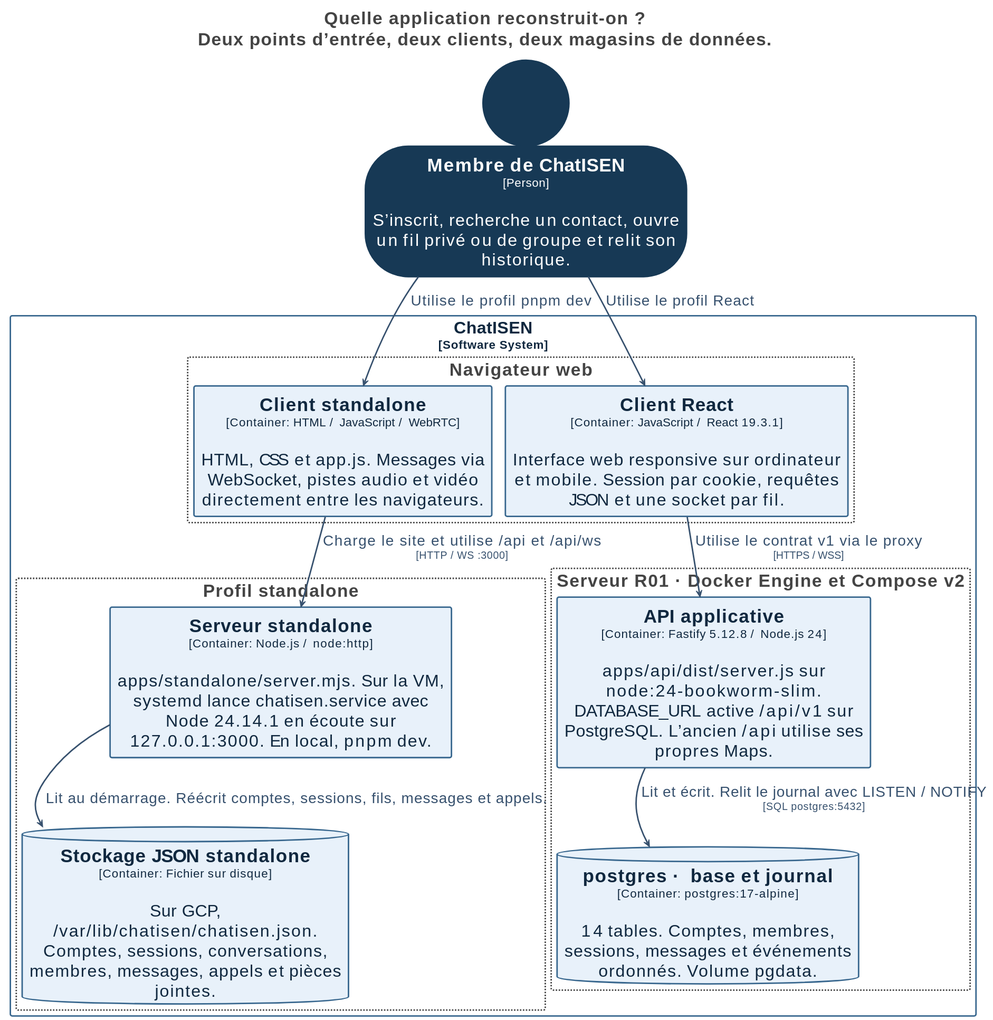
The PlantUML diagram docs/architecture/svg/07-profils.svg in Zayonx-0/ChatISEN, before a commit.
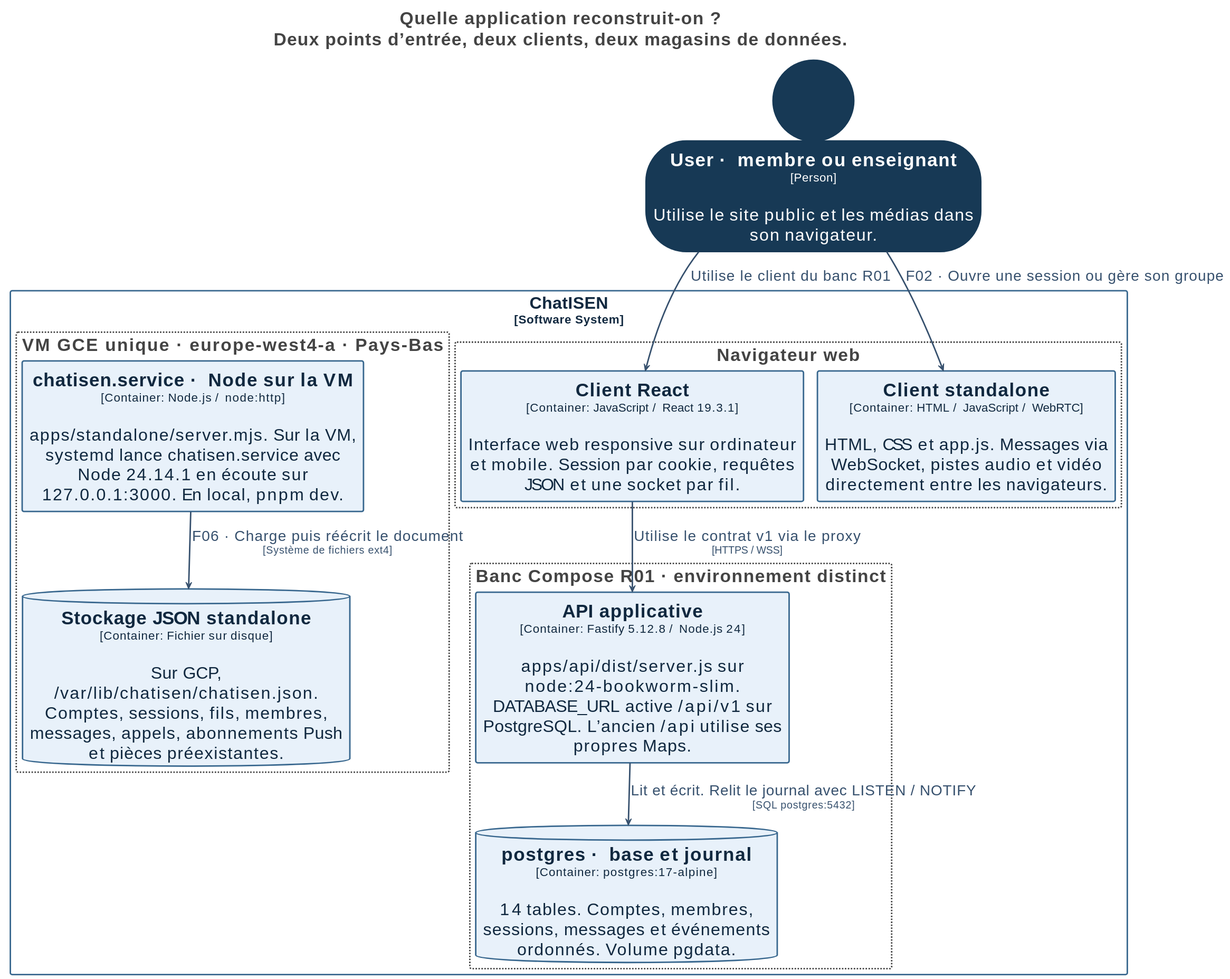
The same diagram one commit later.

Diff of the diagram source:
```diff
@@ -69,6 +69,17 @@
     HorizontalAlignment: center;
     Shadowing: 0;
   }
+  // Banc Compose R01 · environnement distinct
+  .Group-QmFuYyBDb21wb3NlIFIwMSDCtyBlbnZpcm9ubmVtZW50IGRpc3RpbmN0 {
+    BackgroundColor: #ffffff;
+    LineColor: #444444;
+    LineStyle: 2-2;
+    LineThickness: 2;
+    FontColor: #444444;
+    FontSize: 24;
+    HorizontalAlignment: center;
+    Shadowing: 0;
+  }
   // Navigateur web
   .Group-TmF2aWdhdGV1ciB3ZWI= {
     BackgroundColor: #ffffff;
@@ -80,19 +91,8 @@
     HorizontalAlignment: center;
     Shadowing: 0;
   }
-  // Profil standalone
-  .Group-UHJvZmlsIHN0YW5kYWxvbmU= {
-    BackgroundColor: #ffffff;
-    LineColor: #444444;
-    LineStyle: 2-2;
-    LineThickness: 2;
-    FontColor: #444444;
-    FontSize: 24;
-    HorizontalAlignment: center;
-    Shadowing: 0;
-  }
-  // Serveur R01 · Docker Engine et Compose v2
-  .Group-U2VydmV1ciBSMDEgwrcgRG9ja2VyIEVuZ2luZSBldCBDb21wb3NlIHYy {
+  // VM GCE unique · europe-west4-a · Pays-Bas
+  .Group-Vk0gR0NFIHVuaXF1ZSDCtyBldXJvcGUtd2VzdDQtYSDCtyBQYXlzLUJhcw== {
     BackgroundColor: #ffffff;
     LineColor: #444444;
     LineStyle: 2-2;
@@ -104,30 +104,29 @@
   }
 </style>
 
-person "==Membre de ChatISEN\n<size:16>[Person]</size>\n\nS’inscrit, recherche un contact, ouvre un fil privé ou de groupe et relit son historique." <<Element-RWxlbWVudCxQZXJzb24=>> as MembredeChatISEN
+person "==User · membre ou enseignant\n<size:16>[Person]</size>\n\nUtilise le site public et les médias dans son navigateur." <<Element-RWxlbWVudCxQZXJzb24=>> as Usermembreouenseignant
 
 rectangle "ChatISEN\n<size:16>[Software System]</size>" <<Boundary-Q2hhdElTRU4=>> {
-  rectangle "Navigateur web" <<Group-TmF2aWdhdGV1ciB3ZWI=>> as groupTmF2aWdhdGV1ciB3ZWI= {
-    rectangle "==Client standalone\n<size:16>[Container: HTML / JavaScript / WebRTC]</size>\n\nHTML, CSS et app.js. Messages via WebSocket, pistes audio et vidéo directement entre les navigateurs." <<Element-RWxlbWVudA==>> as ChatISEN.Clientstandalone
-    rectangle "==Client React\n<size:16>[Container: JavaScript / React 19.3.1]</size>\n\nInterface web responsive sur ordinateur et mobile. Session par cookie, requêtes JSON et une socket par fil." <<Element-RWxlbWVudA==>> as ChatISEN.ClientReact
-  }
-
-  rectangle "Profil standalone" <<Group-UHJvZmlsIHN0YW5kYWxvbmU=>> as groupUHJvZmlsIHN0YW5kYWxvbmU= {
-    rectangle "==Serveur standalone\n<size:16>[Container: Node.js / node:http]</size>\n\napps/standalone/server.mjs. Sur la VM, systemd lance chatisen.service avec Node 24.14.1 en écoute sur 127.0.0.1:3000. En local, pnpm dev." <<Element-RWxlbWVudA==>> as ChatISEN.Serveurstandalone
-    database "==Stockage JSON standalone\n<size:16>[Container: Fichier sur disque]</size>\n\nSur GCP, /var/lib/chatisen/chatisen.json. Comptes, sessions, conversations, membres, messages, appels et pièces jointes." <<Element-RWxlbWVudCxEYXRhYmFzZQ==>> as ChatISEN.StockageJSONstandalone
-  }
-
-  rectangle "Serveur R01 · Docker Engine et Compose v2" <<Group-U2VydmV1ciBSMDEgwrcgRG9ja2VyIEVuZ2luZSBldCBDb21wb3NlIHYy>> as groupU2VydmV1ciBSMDEgwrcgRG9ja2VyIEVuZ2luZSBldCBDb21wb3NlIHYy {
+  rectangle "Banc Compose R01 · environnement distinct" <<Group-QmFuYyBDb21wb3NlIFIwMSDCtyBlbnZpcm9ubmVtZW50IGRpc3RpbmN0>> as groupQmFuYyBDb21wb3NlIFIwMSDCtyBlbnZpcm9ubmVtZW50IGRpc3RpbmN0 {
     rectangle "==API applicative\n<size:16>[Container: Fastify 5.12.8 / Node.js 24]</size>\n\napps/api/dist/server.js sur node:24-bookworm-slim. DATABASE_URL active /api/v1 sur PostgreSQL. L’ancien /api utilise ses propres Maps." <<Element-RWxlbWVudA==>> as ChatISEN.APIapplicative
     database "==postgres · base et journal\n<size:16>[Container: postgres:17-alpine]</size>\n\n14 tables. Comptes, membres, sessions, messages et événements ordonnés. Volume pgdata." <<Element-RWxlbWVudCxEYXRhYmFzZQ==>> as ChatISEN.postgresbaseetjournal
   }
 
+  rectangle "Navigateur web" <<Group-TmF2aWdhdGV1ciB3ZWI=>> as groupTmF2aWdhdGV1ciB3ZWI= {
+    rectangle "==Client React\n<size:16>[Container: JavaScript / React 19.3.1]</size>\n\nInterface web responsive sur ordinateur et mobile. Session par cookie, requêtes JSON et une socket par fil." <<Element-RWxlbWVudA==>> as ChatISEN.ClientReact
+    rectangle "==Client standalone\n<size:16>[Container: HTML / JavaScript / WebRTC]</size>\n\nHTML, CSS et app.js. Messages via WebSocket, pistes audio et vidéo directement entre les navigateurs." <<Element-RWxlbWVudA==>> as ChatISEN.Clientstandalone
+  }
+
+  rectangle "VM GCE unique · europe-west4-a · Pays-Bas" <<Group-Vk0gR0NFIHVuaXF1ZSDCtyBldXJvcGUtd2VzdDQtYSDCtyBQYXlzLUJhcw==>> as groupVk0gR0NFIHVuaXF1ZSDCtyBldXJvcGUtd2VzdDQtYSDCtyBQYXlzLUJhcw== {
+    rectangle "==chatisen.service · Node sur la VM\n<size:16>[Container: Node.js / node:http]</size>\n\napps/standalone/server.mjs. Sur la VM, systemd lance chatisen.service avec Node 24.14.1 en écoute sur 127.0.0.1:3000. En local, pnpm dev." <<Element-RWxlbWVudA==>> as ChatISEN.chatisenserviceNodesurlaVM
+    database "==Stockage JSON standalone\n<size:16>[Container: Fichier sur disque]</size>\n\nSur GCP, /var/lib/chatisen/chatisen.json. Comptes, sessions, fils, membres, messages, appels, abonnements Push et pièces préexistantes." <<Element-RWxlbWVudCxEYXRhYmFzZQ==>> as ChatISEN.StockageJSONstandalone
+  }
+
 }
 
-ChatISEN.Clientstandalone --> ChatISEN.Serveurstandalone <<Relationship-UmVsYXRpb25zaGlw>> : "Charge le site et utilise /api et /api/ws\n<size:14>[HTTP / WS :3000]</size>"
-ChatISEN.Serveurstandalone --> ChatISEN.StockageJSONstandalone <<Relationship-UmVsYXRpb25zaGlw>> : "Lit au démarrage. Réécrit comptes, sessions, fils, messages et appels."
+Usermembreouenseignant --> ChatISEN.Clientstandalone <<Relationship-UmVsYXRpb25zaGlw>> : "F02 · Ouvre une session ou gère son groupe"
+Usermembreouenseignant --> ChatISEN.ClientReact <<Relationship-UmVsYXRpb25zaGlw>> : "Utilise le client du banc R01"
+ChatISEN.chatisenserviceNodesurlaVM --> ChatISEN.StockageJSONstandalone <<Relationship-UmVsYXRpb25zaGlw>> : "F06 · Charge puis réécrit le document\n<size:14>[Système de fichiers ext4]</size>"
 ChatISEN.ClientReact --> ChatISEN.APIapplicative <<Relationship-UmVsYXRpb25zaGlw>> : "Utilise le contrat v1 via le proxy\n<size:14>[HTTPS / WSS]</size>"
 ChatISEN.APIapplicative --> ChatISEN.postgresbaseetjournal <<Relationship-UmVsYXRpb25zaGlw>> : "Lit et écrit. Relit le journal avec LISTEN / NOTIFY\n<size:14>[SQL postgres:5432]</size>"
-MembredeChatISEN --> ChatISEN.Clientstandalone <<Relationship-UmVsYXRpb25zaGlw>> : "Utilise le profil pnpm dev"
-MembredeChatISEN --> ChatISEN.ClientReact <<Relationship-UmVsYXRpb25zaGlw>> : "Utilise le profil React"
 @enduml
```
